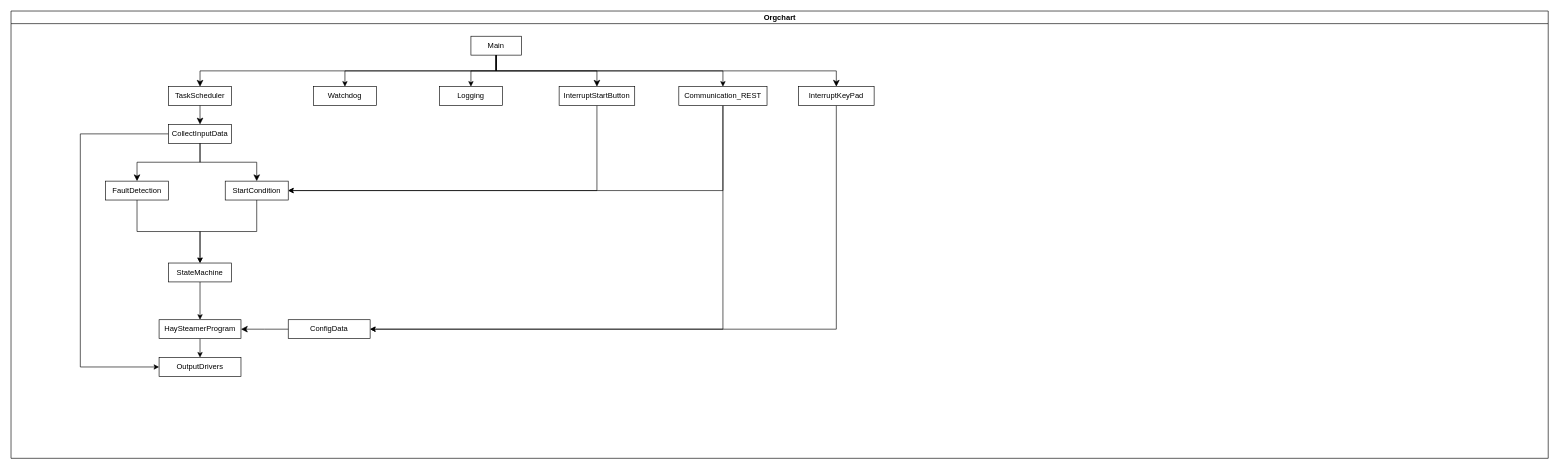
Earlier version of the draw.io diagram OrganigramOverview.drawio (RoadRunner-2/HaySteamerTemperatureControl). Source tidied: cells renumbered, new cells numbered last; positions are measured from the earlier drawing's top-left corner, leaving out a move shared by most shapes. Both pictures are drawn from the tidied source at 63%, with x=0, y=0 at pixel (11, 11).
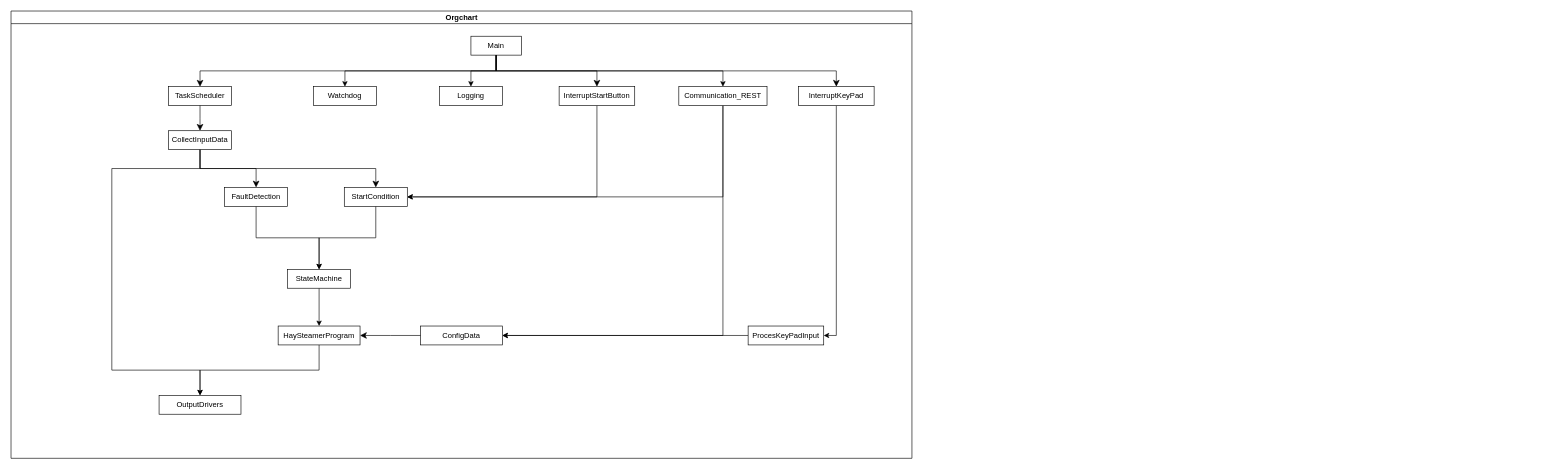
The same diagram, later.

The change refers to these unchanged cells:
```xml
<mxCell id="9" value="InterruptKeyPad" style="rounded=0;whiteSpace=wrap;html=1;" parent="2" vertex="1">
  <mxGeometry x="1250" y="120" width="120" height="30" as="geometry" />
</mxCell>
```

Change to the diagram source:
```diff
@@
     <mxCell id="2" value="Orgchart" style="swimlane;html=1;startSize=20;horizontal=1;containerType=tree;glass=0;" parent="1" vertex="1">
-      <mxGeometry width="2440" height="710" as="geometry" />
+      <mxGeometry width="1430" height="710" as="geometry" />
     </mxCell>
@@
-    <mxCell id="8" style="edgeStyle=orthogonalEdgeStyle;rounded=0;jettySize=auto;html=1;exitX=0.5;exitY=1;exitDx=0;exitDy=0;entryX=1;entryY=0.5;entryDx=0;entryDy=0;" parent="2" edge="1" source="9" target="25">
+    <mxCell id="8" style="edgeStyle=orthogonalEdgeStyle;rounded=0;jettySize=auto;html=1;exitX=0.5;exitY=1;exitDx=0;exitDy=0;entryX=1;entryY=0.5;entryDx=0;entryDy=0;" parent="2" edge="1" source="9" target="37">
       <mxGeometry relative="1" as="geometry" />
     </mxCell>
@@
-    <mxCell id="13" style="edgeStyle=orthogonalEdgeStyle;rounded=0;jettySize=auto;html=1;exitX=0;exitY=0.5;exitDx=0;exitDy=0;entryX=0;entryY=0.5;entryDx=0;entryDy=0;" parent="2" edge="1" source="14" target="32">
+    <mxCell id="13" style="edgeStyle=orthogonalEdgeStyle;rounded=0;jettySize=auto;html=1;exitX=0.5;exitY=1;exitDx=0;exitDy=0;entryX=0.5;entryY=0;entryDx=0;entryDy=0;" parent="2" edge="1" source="14" target="32">
       <mxGeometry relative="1" as="geometry">
         <Array as="points">
-          <mxPoint x="110" y="195" />
-          <mxPoint x="110" y="565" />
+          <mxPoint x="300" y="250" />
+          <mxPoint x="160" y="250" />
+          <mxPoint x="160" y="570" />
+          <mxPoint x="300" y="570" />
         </Array>
       </mxGeometry>
     </mxCell>
     <mxCell id="14" value="CollectInputData" style="rounded=0;whiteSpace=wrap;html=1;" parent="2" vertex="1">
-      <mxGeometry x="250" y="180" width="100" height="30" as="geometry" />
+      <mxGeometry x="250" y="190" width="100" height="30" as="geometry" />
     </mxCell>
@@
     <mxCell id="16" value="FaultDetection" style="rounded=0;whiteSpace=wrap;html=1;" parent="2" vertex="1">
-      <mxGeometry x="150" y="270" width="100" height="30" as="geometry" />
+      <mxGeometry x="339" y="280" width="100" height="30" as="geometry" />
     </mxCell>
@@
     <mxCell id="18" value="StartCondition" style="rounded=0;whiteSpace=wrap;html=1;" parent="2" vertex="1">
-      <mxGeometry x="340" y="270" width="100" height="30" as="geometry" />
+      <mxGeometry x="529" y="280" width="100" height="30" as="geometry" />
     </mxCell>
@@
     <mxCell id="21" value="HaySteamerProgram" style="rounded=0;whiteSpace=wrap;html=1;" parent="2" vertex="1">
-      <mxGeometry x="235" y="490" width="130" height="30" as="geometry" />
+      <mxGeometry x="424" y="500" width="130" height="30" as="geometry" />
     </mxCell>
@@
     <mxCell id="25" value="ConfigData" style="rounded=0;whiteSpace=wrap;html=1;" parent="2" vertex="1">
-      <mxGeometry x="440" y="490" width="130" height="30" as="geometry" />
+      <mxGeometry x="650" y="500" width="130" height="30" as="geometry" />
     </mxCell>
@@
     <mxCell id="27" value="StateMachine" style="rounded=0;whiteSpace=wrap;html=1;" parent="2" vertex="1">
-      <mxGeometry x="250" y="400" width="100" height="30" as="geometry" />
+      <mxGeometry x="439" y="410" width="100" height="30" as="geometry" />
     </mxCell>
@@
     <mxCell id="32" value="OutputDrivers" style="rounded=0;whiteSpace=wrap;html=1;" parent="2" vertex="1">
-      <mxGeometry x="235" y="550" width="130" height="30" as="geometry" />
+      <mxGeometry x="235" y="610" width="130" height="30" as="geometry" />
     </mxCell>
@@
+    <mxCell id="36" style="edgeStyle=orthogonalEdgeStyle;rounded=0;jettySize=auto;html=1;exitX=0;exitY=0.5;exitDx=0;exitDy=0;entryX=1;entryY=0.5;entryDx=0;entryDy=0;" parent="2" edge="1" source="37" target="25">
+      <mxGeometry relative="1" as="geometry" />
+    </mxCell>
+    <mxCell id="37" value="ProcesKeyPadInput" style="rounded=0;whiteSpace=wrap;html=1;" parent="2" vertex="1">
+      <mxGeometry x="1170" y="500" width="120" height="30" as="geometry" />
+    </mxCell>
```
